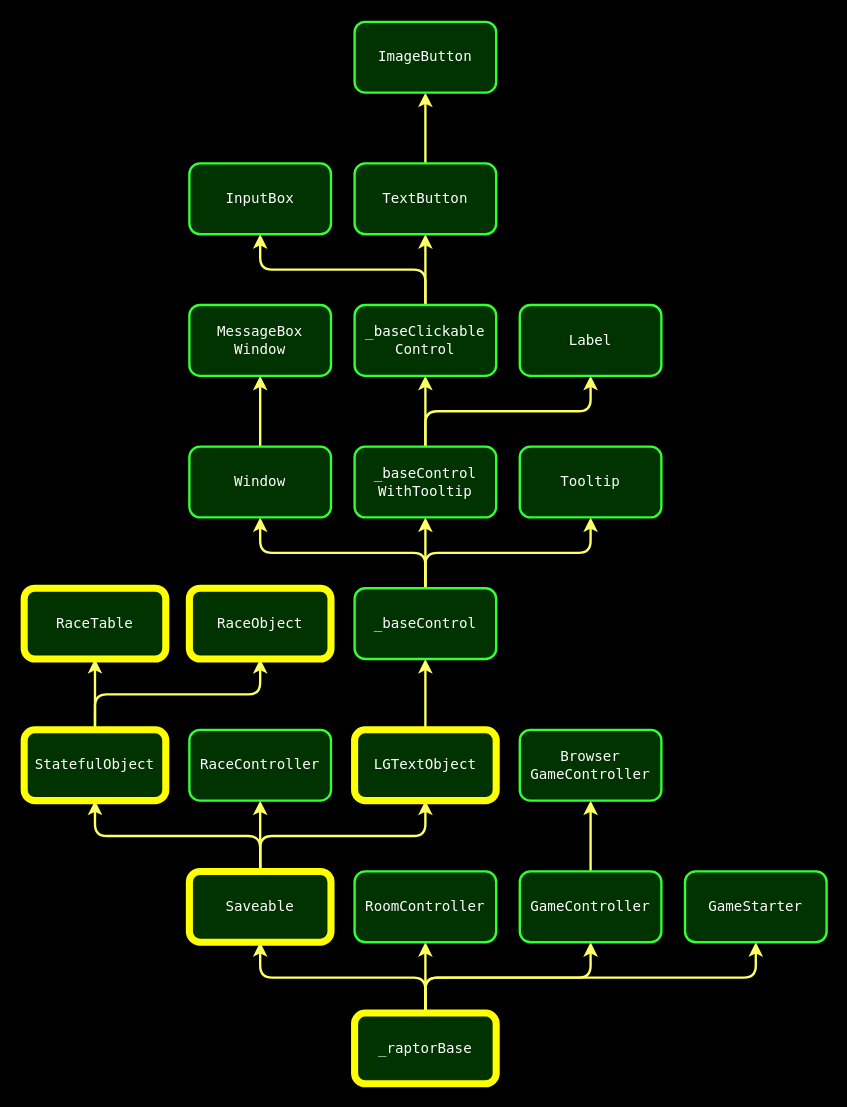
The draw.io diagram _assets_/raptor-objects.drawio in Grisgram/gml-raptor, before the edit. Source tidied: cells renumbered, new cells numbered last; positions are measured from the earlier drawing's top-left corner, leaving out a move shared by most shapes. Both pictures are drawn from the tidied source at 118%, with x=0, y=0 at pixel (24, 21).
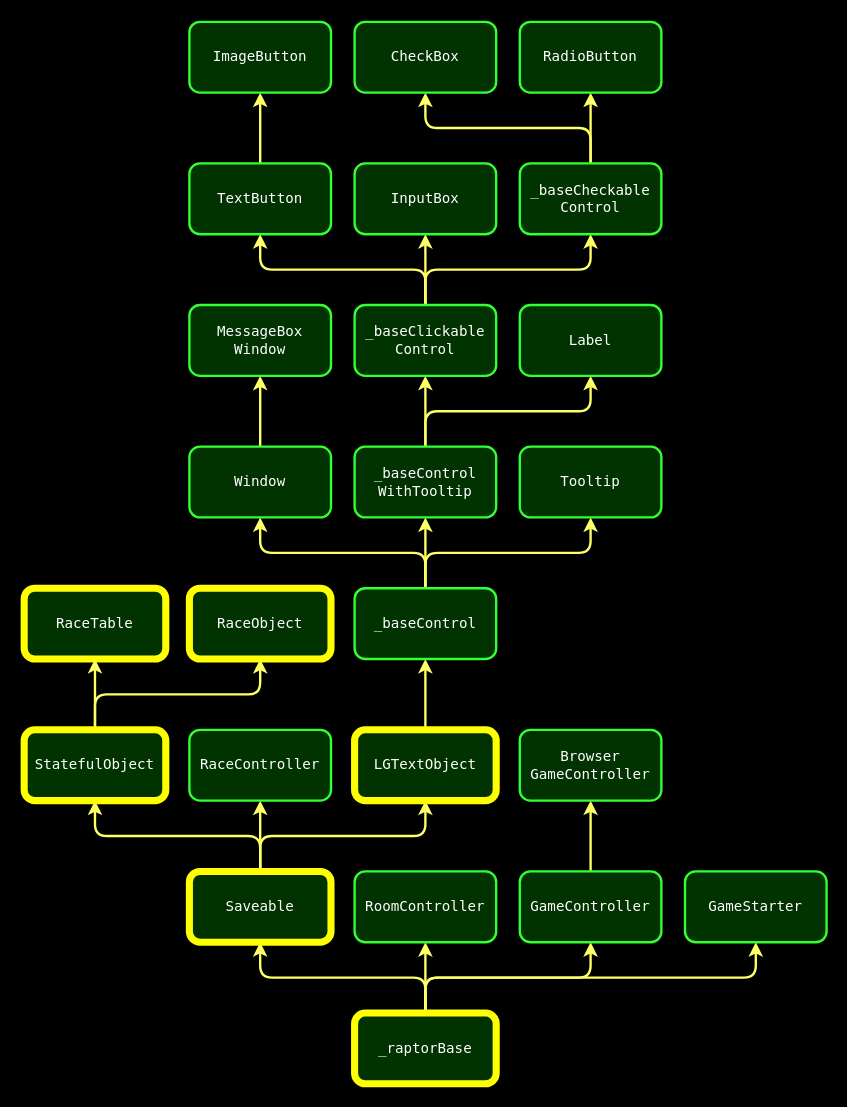
Above is the later version.

Commit message (it also covers changes not shown here):
object model image updated

Unchanged cells that the change refers to:
```xml
<mxCell id="32" value="&lt;font face=&quot;Lucida Console&quot;&gt;_baseClickable&lt;br&gt;Control&lt;br&gt;&lt;/font&gt;" style="rounded=1;whiteSpace=wrap;html=1;fillColor=#003300;strokeColor=#33FF33;fontColor=#FFFFFF;strokeWidth=2;" parent="1" vertex="1">
  <mxGeometry x="280" y="240" width="120" height="60" as="geometry" />
</mxCell>
```

Change to the diagram source:
```diff
@@
+    <mxCell id="43" style="edgeStyle=orthogonalEdgeStyle;rounded=1;jettySize=auto;html=1;exitX=0.5;exitY=0;exitDx=0;exitDy=0;entryX=0.5;entryY=1;entryDx=0;entryDy=0;fontSize=12;strokeColor=#FFFF66;fontColor=#FFFFFF;strokeWidth=2;" parent="1" edge="1" source="32" target="46">
+      <mxGeometry relative="1" as="geometry" />
+    </mxCell>
@@
     <mxCell id="35" value="&lt;font face=&quot;Lucida Console&quot;&gt;TextButton&lt;br&gt;&lt;/font&gt;" style="rounded=1;whiteSpace=wrap;html=1;fillColor=#003300;strokeColor=#33FF33;fontColor=#FFFFFF;strokeWidth=2;" parent="1" vertex="1">
-      <mxGeometry x="280" y="120" width="120" height="60" as="geometry" />
+      <mxGeometry x="140" y="120" width="120" height="60" as="geometry" />
     </mxCell>
     <mxCell id="36" value="&lt;font face=&quot;Lucida Console&quot;&gt;InputBox&lt;br&gt;&lt;/font&gt;" style="rounded=1;whiteSpace=wrap;html=1;fillColor=#003300;strokeColor=#33FF33;fontColor=#FFFFFF;strokeWidth=2;" parent="1" vertex="1">
-      <mxGeometry x="140" y="120" width="120" height="60" as="geometry" />
+      <mxGeometry x="280" y="120" width="120" height="60" as="geometry" />
     </mxCell>
     <mxCell id="37" value="&lt;font face=&quot;Lucida Console&quot;&gt;ImageButton&lt;br&gt;&lt;/font&gt;" style="rounded=1;whiteSpace=wrap;html=1;fillColor=#003300;strokeColor=#33FF33;fontColor=#FFFFFF;strokeWidth=2;" parent="1" vertex="1">
-      <mxGeometry x="280" width="120" height="60" as="geometry" />
+      <mxGeometry x="140" width="120" height="60" as="geometry" />
     </mxCell>
@@
+    <mxCell id="44" style="edgeStyle=orthogonalEdgeStyle;shape=connector;rounded=1;jettySize=auto;html=1;exitX=0.5;exitY=0;exitDx=0;exitDy=0;entryX=0.5;entryY=1;entryDx=0;entryDy=0;labelBackgroundColor=default;strokeColor=#FFFF66;strokeWidth=2;align=center;verticalAlign=middle;fontFamily=Helvetica;fontSize=12;fontColor=#FFFFFF;endArrow=classic;" parent="1" edge="1" source="46" target="47">
+      <mxGeometry relative="1" as="geometry" />
+    </mxCell>
+    <mxCell id="45" style="edgeStyle=orthogonalEdgeStyle;shape=connector;rounded=1;jettySize=auto;html=1;exitX=0.5;exitY=0;exitDx=0;exitDy=0;entryX=0.5;entryY=1;entryDx=0;entryDy=0;labelBackgroundColor=default;strokeColor=#FFFF66;strokeWidth=2;align=center;verticalAlign=middle;fontFamily=Helvetica;fontSize=12;fontColor=#FFFFFF;endArrow=classic;" parent="1" edge="1" source="46" target="48">
+      <mxGeometry relative="1" as="geometry" />
+    </mxCell>
+    <mxCell id="46" value="&lt;font face=&quot;Lucida Console&quot;&gt;_baseCheckable&lt;br&gt;Control&lt;br&gt;&lt;/font&gt;" style="rounded=1;whiteSpace=wrap;html=1;fillColor=#003300;strokeColor=#33FF33;fontColor=#FFFFFF;strokeWidth=2;" parent="1" vertex="1">
+      <mxGeometry x="420" y="120" width="120" height="60" as="geometry" />
+    </mxCell>
+    <mxCell id="47" value="&lt;font face=&quot;Lucida Console&quot;&gt;CheckBox&lt;br&gt;&lt;/font&gt;" style="rounded=1;whiteSpace=wrap;html=1;fillColor=#003300;strokeColor=#33FF33;fontColor=#FFFFFF;strokeWidth=2;" parent="1" vertex="1">
+      <mxGeometry x="280" width="120" height="60" as="geometry" />
+    </mxCell>
+    <mxCell id="48" value="&lt;font face=&quot;Lucida Console&quot;&gt;RadioButton&lt;br&gt;&lt;/font&gt;" style="rounded=1;whiteSpace=wrap;html=1;fillColor=#003300;strokeColor=#33FF33;fontColor=#FFFFFF;strokeWidth=2;" parent="1" vertex="1">
+      <mxGeometry x="420" width="120" height="60" as="geometry" />
+    </mxCell>
```
